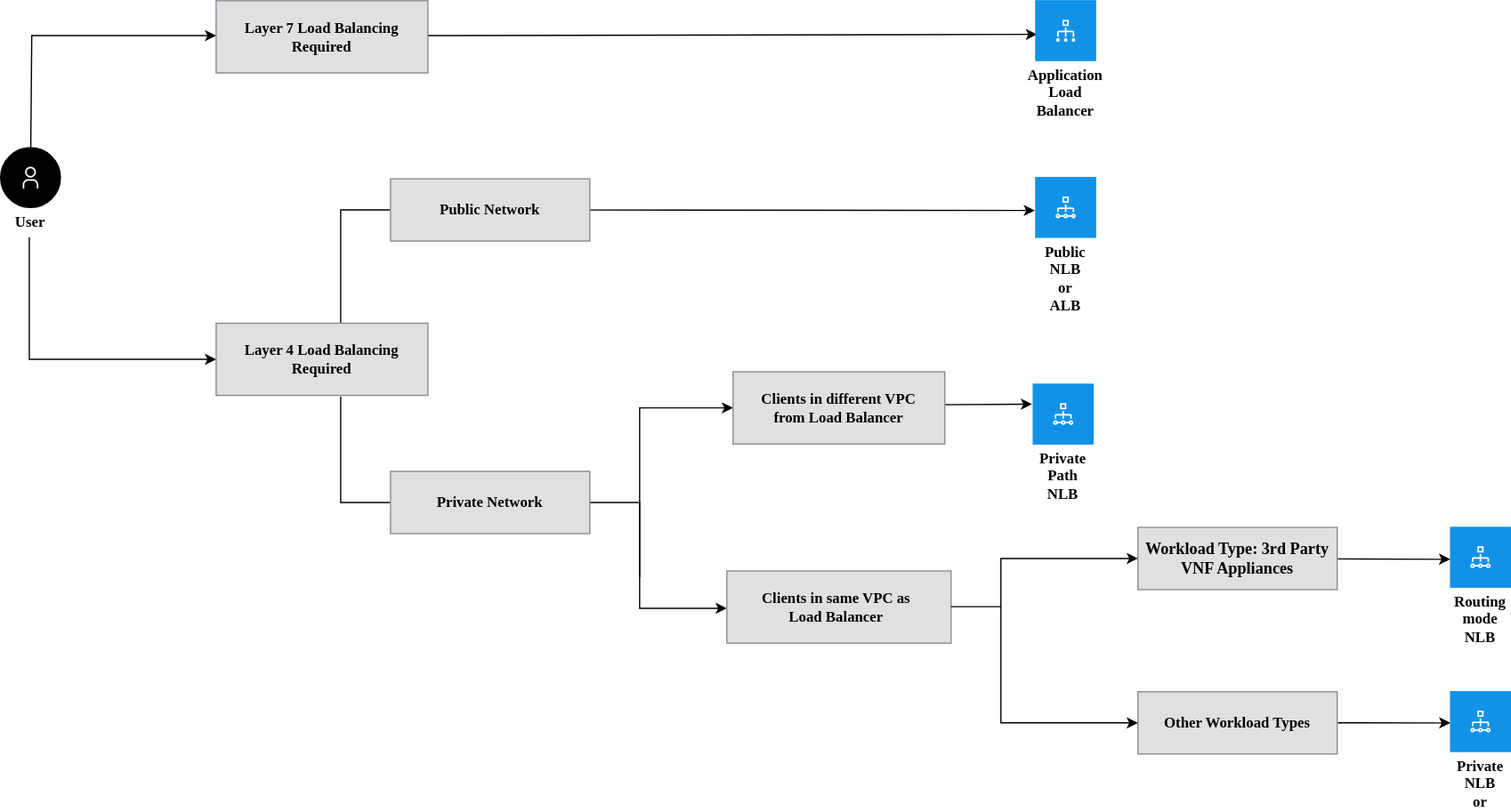
The draw.io diagram images/loadbalancer_decision_tree.svg in ibm-cloud-docs/vpc, before a commit. Source tidied: cells renumbered, new cells last; positions are measured from the earlier drawing's top-left corner, leaving out a move shared by most shapes.
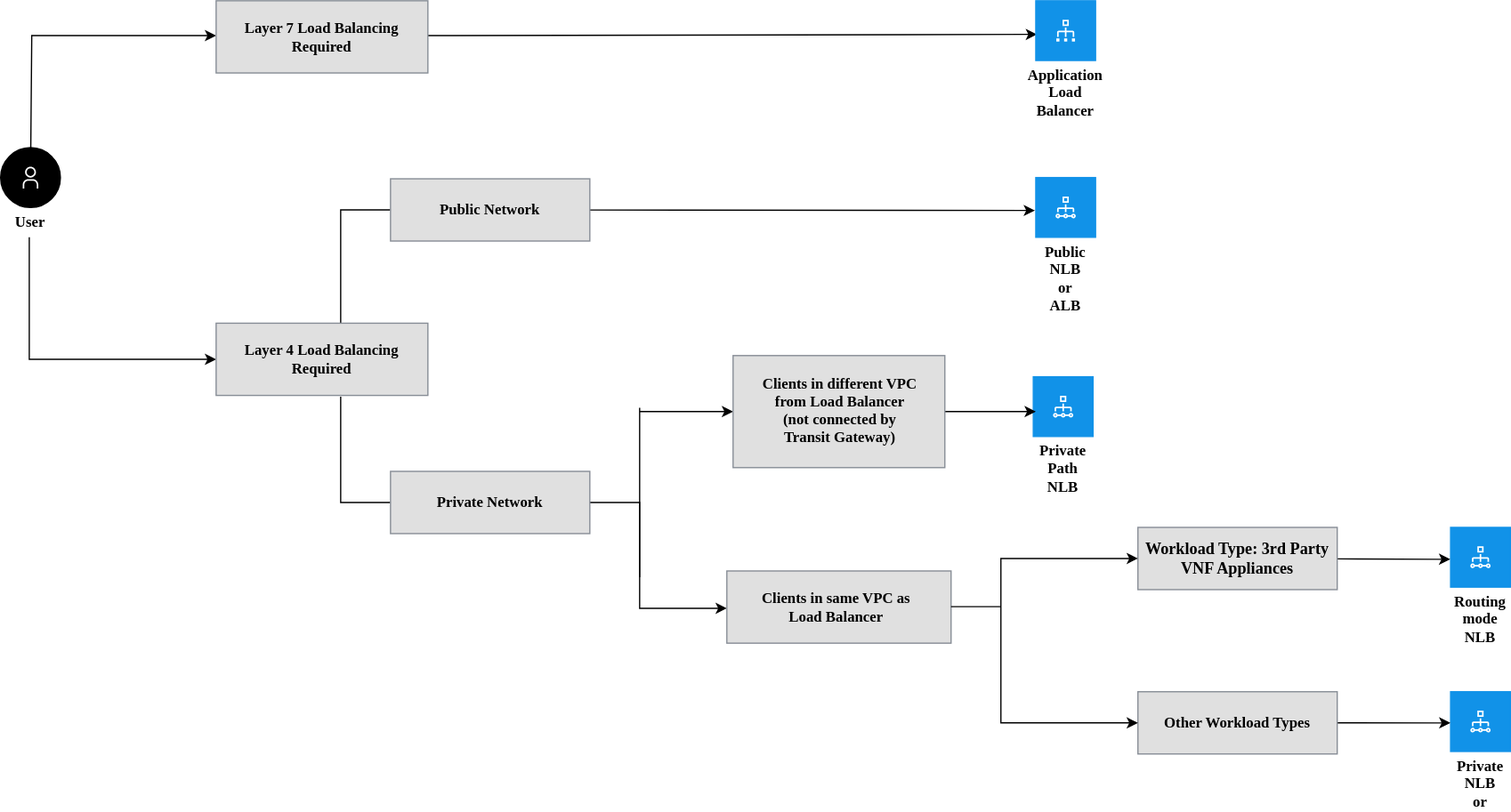
The same diagram one commit later.

Commit message:
Lauren Fulcher update

Diff of the diagram source:
```diff
@@ -49,7 +49,7 @@
     </object>
     <object id="9" label="&lt;b style=&quot;font-weight: 600; font-size: 12px;&quot;&gt;%Primary-Label%&lt;/b&gt;&lt;br style=&quot;font-size: 12px;&quot;&gt;%Secondary-Text%" Badge-Text="" Icon-Name="load-balancer--network" Primary-Label="Private Path NLB" Secondary-Text="" placeholders="1">
       <mxCell style="shape=mxgraph.ibm.base;ibmType=nodep;ibmLayout=collapsed;strokeColor=#1192e8;fillColor=none;html=1;whiteSpace=wrap;fontFamily=IBM Plex Sans;fontSize=12;image=;align=center;verticalAlign=top;labelPosition=center;verticalLabelPosition=bottom;spacing=0;spacingLeft=16;spacingRight=16;spacingTop=0;spacingBottom=4;fontColor=#000000;" parent="1" vertex="1">
-        <mxGeometry x="829" y="308" width="48" height="48" as="geometry" />
+        <mxGeometry x="829" y="302" width="48" height="48" as="geometry" />
       </mxCell>
     </object>
     <object id="10" label="&lt;b style=&quot;font-weight: 600; font-size: 12px;&quot;&gt;%Primary-Label%&lt;/b&gt;&lt;br style=&quot;font-size: 12px;&quot;&gt;%Secondary-Text%" Badge-Text="" Icon-Name="user" Primary-Label="User" Secondary-Text="" placeholders="1">
@@ -94,11 +94,8 @@
         </Array>
       </mxGeometry>
     </mxCell>
-    <mxCell id="17" style="rounded=0;orthogonalLoop=1;jettySize=auto;html=1;entryX=0;entryY=0.5;entryDx=0;entryDy=0;fontSize=12;" parent="1" edge="1">
-      <mxGeometry relative="1" as="geometry">
-        <mxPoint x="748" y="324.5" as="sourcePoint" />
-        <mxPoint x="828" y="324" as="targetPoint" />
-      </mxGeometry>
+    <mxCell id="17" style="rounded=0;jettySize=auto;html=1;entryX=0.042;entryY=0.583;entryDx=0;entryDy=0;fontSize=12;exitX=1;exitY=0.5;exitDx=0;exitDy=0;entryPerimeter=0;" parent="1" edge="1" source="28" target="9">
+      <mxGeometry relative="1" as="geometry" />
     </mxCell>
     <mxCell id="18" style="edgeStyle=none;rounded=0;jettySize=auto;html=1;fontSize=12;entryX=-0.006;entryY=0.534;entryDx=0;entryDy=0;entryPerimeter=0;" parent="1" edge="1" source="19" target="7">
       <mxGeometry relative="1" as="geometry" />
@@ -131,10 +128,10 @@
       <mxGeometry x="193" y="273" width="130" height="30" as="geometry" />
     </mxCell>
     <mxCell id="28" style="rounded=0;whiteSpace=wrap;html=1;fillColor=#E0E0E0;strokeColor=#878D96;" parent="1" vertex="1">
-      <mxGeometry x="588" y="298" width="170" height="58" as="geometry" />
+      <mxGeometry x="588" y="285" width="170" height="90" as="geometry" />
     </mxCell>
-    <mxCell id="29" value="&lt;b&gt;Clients in different VPC from Load Balancer&lt;/b&gt;" style="text;html=1;strokeColor=none;fillColor=none;align=center;verticalAlign=middle;whiteSpace=wrap;rounded=0;fontFamily=IBM Plex Sans;" parent="1" vertex="1">
-      <mxGeometry x="608" y="312" width="130" height="30" as="geometry" />
+    <mxCell id="29" value="&lt;b&gt;Clients in different VPC from Load Balancer &lt;br&gt;(not connected by Transit Gateway)&lt;/b&gt;" style="text;html=1;strokeColor=none;fillColor=none;align=center;verticalAlign=middle;whiteSpace=wrap;rounded=0;fontFamily=IBM Plex Sans;" parent="1" vertex="1">
+      <mxGeometry x="609" y="314" width="130" height="30" as="geometry" />
     </mxCell>
     <mxCell id="30" style="rounded=0;whiteSpace=wrap;html=1;fillColor=#E0E0E0;strokeColor=#878D96;" parent="1" vertex="1">
       <mxGeometry x="583" y="458" width="180" height="58" as="geometry" />
```
